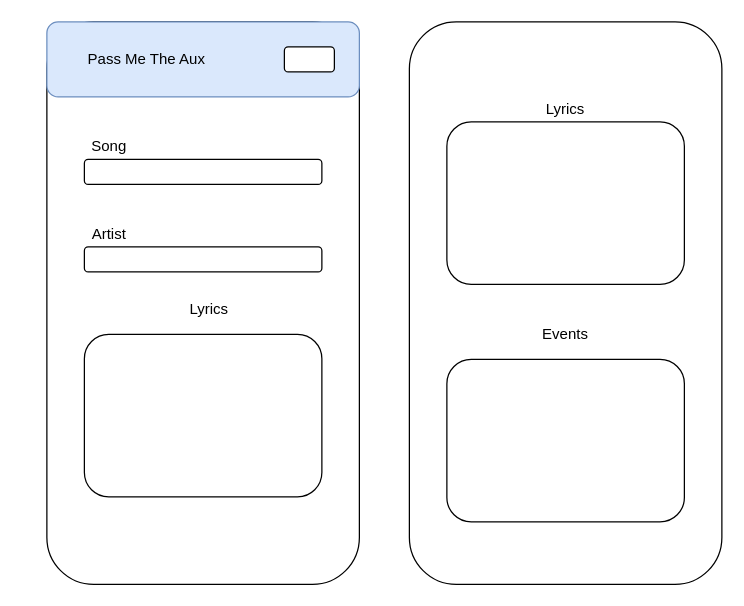
Earlier version of the draw.io diagram page "Page-2" (2 of 2) of Untitled Diagram.drawio (jaclay1994/Julians-Operation-Repo). Source tidied: cells renumbered, new cells numbered last; positions are measured from the earlier drawing's top-left corner, leaving out a move shared by most shapes. Both pictures are drawn from the tidied source at 125%, with x=0, y=0 at pixel (21, 21).
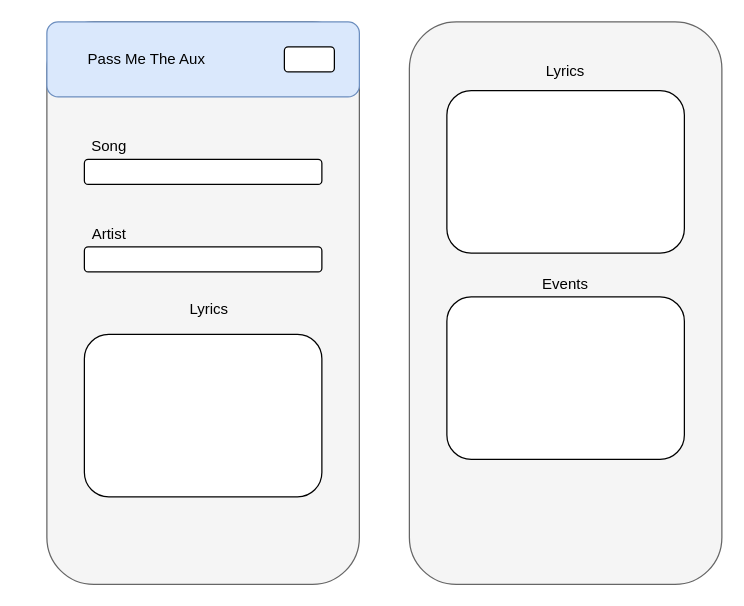
Above is the later version.

What changed in the source:
```diff
@@
 <mxGraphModel>
   <root>
     <mxCell id="0" />
     <mxCell id="1" parent="0" />
-    <mxCell id="2" style="rounded=1;whiteSpace=wrap;html=1;" parent="1" vertex="1">
+    <mxCell id="2" style="rounded=1;whiteSpace=wrap;html=1;fillColor=#f5f5f5;strokeColor=#666666;fontColor=#333333;" parent="1" vertex="1">
       <mxGeometry x="20" width="250" height="450" as="geometry" />
     </mxCell>
     <mxCell id="3" value="Song" style="text;html=1;strokeColor=none;fillColor=none;align=center;verticalAlign=middle;whiteSpace=wrap;rounded=0;" parent="1" vertex="1">
       <mxGeometry x="50" y="90" width="40" height="20" as="geometry" />
     </mxCell>
     <mxCell id="4" style="rounded=1;whiteSpace=wrap;html=1;" parent="1" vertex="1">
       <mxGeometry x="50" y="110" width="190" height="20" as="geometry" />
     </mxCell>
     <mxCell id="5" value="Artist" style="text;html=1;strokeColor=none;fillColor=none;align=center;verticalAlign=middle;whiteSpace=wrap;rounded=0;" parent="1" vertex="1">
       <mxGeometry x="30" y="160" width="80" height="20" as="geometry" />
     </mxCell>
     <mxCell id="6" style="rounded=1;whiteSpace=wrap;html=1;" parent="1" vertex="1">
       <mxGeometry x="50" y="180" width="190" height="20" as="geometry" />
     </mxCell>
     <mxCell id="7" value="Lyrics" style="text;html=1;strokeColor=none;fillColor=none;align=center;verticalAlign=middle;whiteSpace=wrap;rounded=0;" parent="1" vertex="1">
       <mxGeometry x="110" y="220" width="80" height="20" as="geometry" />
     </mxCell>
     <mxCell id="8" style="rounded=1;whiteSpace=wrap;html=1;" parent="1" vertex="1">
       <mxGeometry x="50" y="250" width="190" height="130" as="geometry" />
     </mxCell>
-    <mxCell id="9" style="rounded=1;whiteSpace=wrap;html=1;" parent="1" vertex="1">
+    <mxCell id="9" style="rounded=1;whiteSpace=wrap;html=1;fillColor=#f5f5f5;strokeColor=#666666;fontColor=#333333;" parent="1" vertex="1">
       <mxGeometry x="310" width="250" height="450" as="geometry" />
     </mxCell>
     <mxCell id="10" value="Lyrics" style="text;html=1;strokeColor=none;fillColor=none;align=center;verticalAlign=middle;whiteSpace=wrap;rounded=0;" parent="1" vertex="1">
-      <mxGeometry x="395" y="60" width="80" height="20" as="geometry" />
+      <mxGeometry x="395" y="30" width="80" height="20" as="geometry" />
     </mxCell>
     <mxCell id="11" style="rounded=1;whiteSpace=wrap;html=1;" parent="1" vertex="1">
-      <mxGeometry x="340" y="80" width="190" height="130" as="geometry" />
+      <mxGeometry x="340" y="55" width="190" height="130" as="geometry" />
     </mxCell>
     <mxCell id="12" value="Events" style="text;html=1;strokeColor=none;fillColor=none;align=center;verticalAlign=middle;whiteSpace=wrap;rounded=0;" parent="1" vertex="1">
-      <mxGeometry x="395" y="240" width="80" height="20" as="geometry" />
+      <mxGeometry x="395" y="200" width="80" height="20" as="geometry" />
     </mxCell>
     <mxCell id="13" style="rounded=1;whiteSpace=wrap;html=1;" parent="1" vertex="1">
-      <mxGeometry x="340" y="270" width="190" height="130" as="geometry" />
+      <mxGeometry x="340" y="220" width="190" height="130" as="geometry" />
     </mxCell>
     <mxCell id="14" style="rounded=1;whiteSpace=wrap;html=1;fillColor=#dae8fc;strokeColor=#6c8ebf;" parent="1" vertex="1">
       <mxGeometry x="20" width="250" height="60" as="geometry" />
     </mxCell>
     <mxCell id="15" value="Pass Me The Aux" style="text;html=1;strokeColor=none;fillColor=none;align=center;verticalAlign=middle;whiteSpace=wrap;rounded=0;" parent="1" vertex="1">
       <mxGeometry y="20" width="200" height="20" as="geometry" />
     </mxCell>
     <mxCell id="16" style="rounded=1;whiteSpace=wrap;html=1;" parent="1" vertex="1">
       <mxGeometry x="210" y="20" width="40" height="20" as="geometry" />
     </mxCell>
   </root>
 </mxGraphModel>
```
